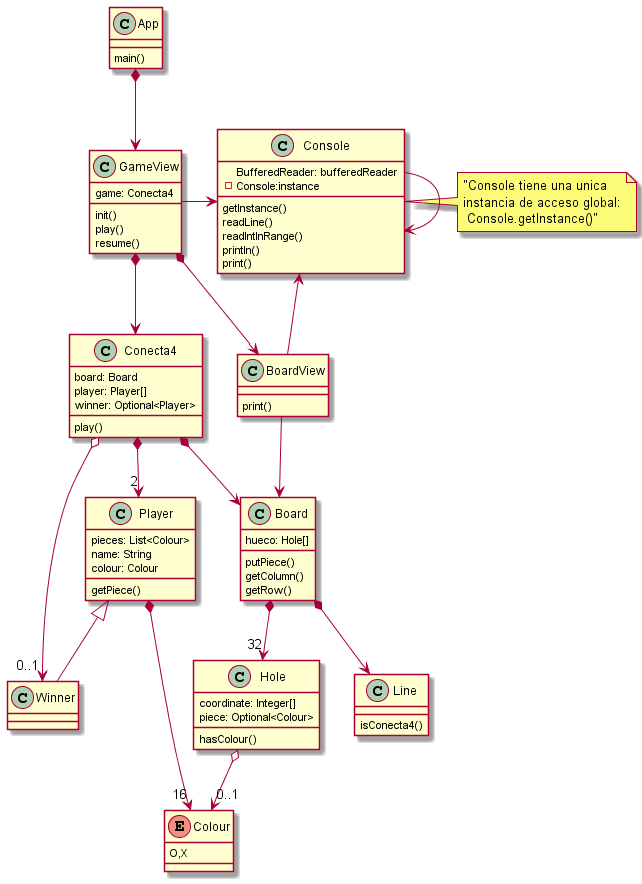
Before: conecta4-modelview/doc/modelo.v2.png, a diagram exported from PlantUML (arturisimo/conecta4).
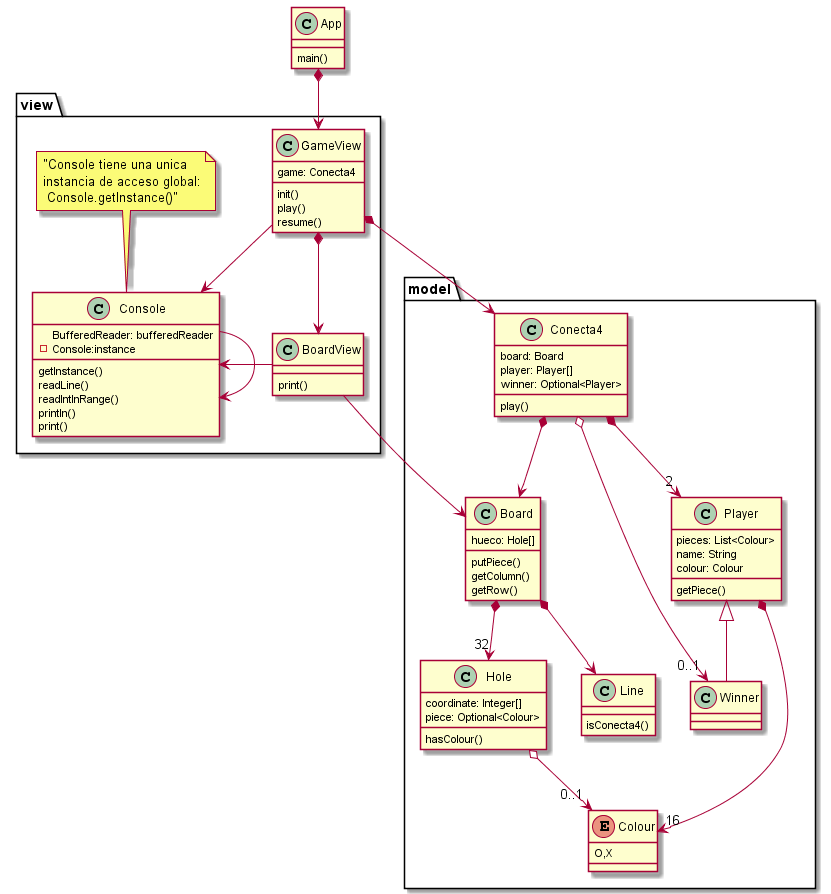
After the change.

Diff of the diagram source:
```diff
@@ -1,89 +1,97 @@
 @startuml
 
 top to bottom direction
-
-App *--> GameView
-GameView *--> Conecta4
-GameView *-down-> BoardView
-
-Conecta4 *--> Board
-Conecta4 *--> "2" Player
-Conecta4 o--> "0..1" Winner
-GameView -right-> Console
-BoardView --> Board
-BoardView -left-> Console
-Console --> Console
-note right of [Console] : "Console tiene una unica \ninstancia de acceso global:\n Console.getInstance()"
-
-Player *--> "16" Colour
-Winner -up-|> Player
-
-Board *--> "32" Hole
-
-Hole o--> "0..1" Colour
 
 
 class App{
 	main()
 }
 
-class GameView{
-	game: Conecta4
-	init()
-	play()
-	resume()
+
+package view {
+
+	App *--> GameView
+
+	GameView *-down-> BoardView
+	Console --> Console
+	note top of [Console] : "Console tiene una unica \ninstancia de acceso global:\n Console.getInstance()"
+
+
+	class GameView{
+		game: Conecta4
+		init()
+		play()
+		resume()
+	}
+
+	class BoardView {
+		print()
+	}
+	class Console{
+		BufferedReader: bufferedReader
+		-Console:instance
+		getInstance()
+		readLine()
+		readIntInRange()
+		println()
+		print()
+	}
 }
 
-class Conecta4 {
-	board: Board
-	player: Player[]
-	winner: Optional<Player>
-	play()
-}
+package model {
 
-class BoardView {
-	print()
-}
+	GameView *--> Conecta4
+	Conecta4 *--> Board
+	Conecta4 *--> "2" Player
+	Conecta4 o--> "0..1" Winner
+	GameView -right-> Console
+	BoardView --> Board
+	BoardView -left-> Console
 
-class Board {
-	hueco: Hole[]
-	putPiece()
-	getColumn()
-	getRow()
-}
+	Player *--> "16" Colour
+	Winner -up-|> Player
+
+	Board *--> "32" Hole
+
+	Hole o--> "0..1" Colour
+
+	class Conecta4 {
+		board: Board
+		player: Player[]
+		winner: Optional<Player>
+		play()
+	}
+
+	class Board {
+		hueco: Hole[]
+		putPiece()
+		getColumn()
+		getRow()
+	}
 
 
-class Line{
-	isConecta4()
+	class Line{
+		isConecta4()
+	}
+	Board *--> Line
+
+	class Winner
+
+	class Player {
+		pieces: List<Colour>
+		name: String
+		colour: Colour
+		getPiece()
+	}
+
+	class Hole {
+		coordinate: Integer[]
+		piece: Optional<Colour>
+		hasColour()
+	}
+
+	enum Colour {
+		O,X
+	}
 }
-Board *--> Line
-
-class Console{
-	BufferedReader: bufferedReader
-	-Console:instance
-	getInstance()
-	readLine()
-	readIntInRange()
-	println()
-	print()
-	}
-class Winner
-
-class Player {
-	pieces: List<Colour>
-	name: String
-	colour: Colour
-	getPiece()
-}
-
-class Hole {
-	coordinate: Integer[]
-	piece: Optional<Colour>
-	hasColour()
-}
-
-enum Colour {
-	O,X
-}
-
 @enduml
```
